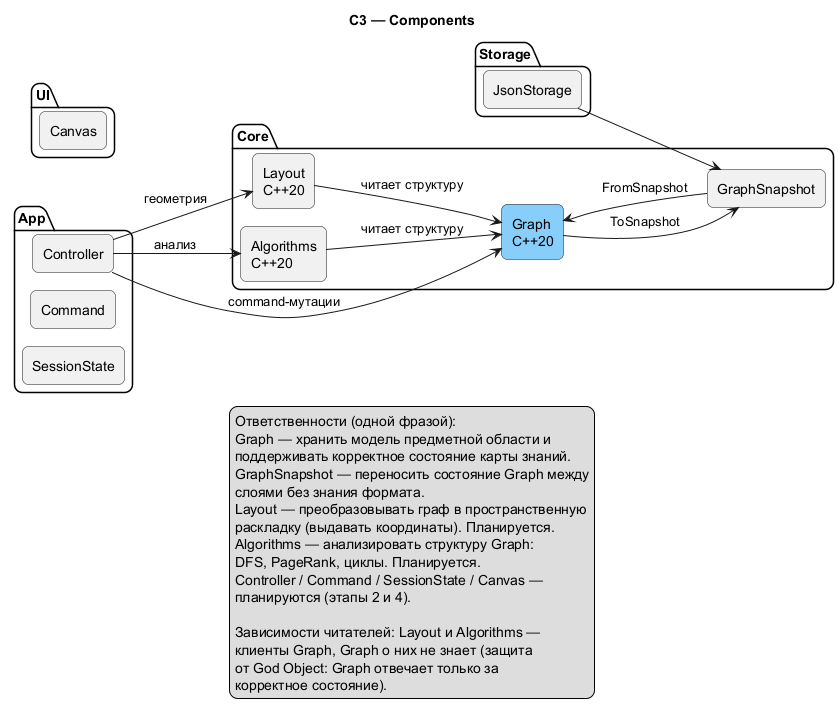
Earlier version of the PlantUML export docs/assets/c4/C3.png (Anastas2817/ravel-kb).
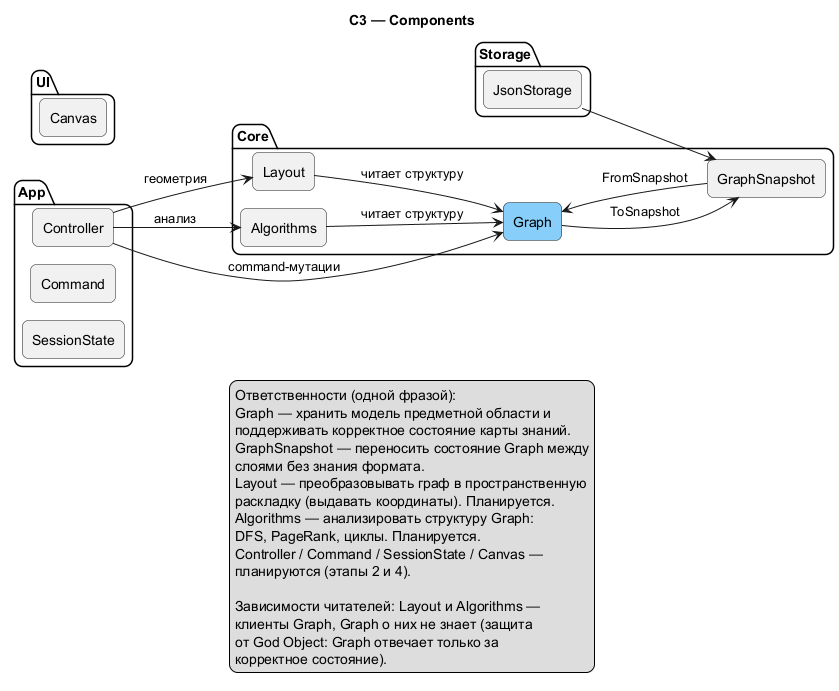
The same diagram one commit later.

What changed in the source:
```diff
@@ -16,10 +16,10 @@
 
 package "Core" {
 
-  rectangle "Graph\nC++20" as Graph #LightSkyBlue
+  rectangle "Graph" as Graph #LightSkyBlue
   rectangle "GraphSnapshot" as Snapshot
-  rectangle "Layout\nC++20" as Layout
-  rectangle "Algorithms\nC++20" as Algo
+  rectangle "Layout" as Layout
+  rectangle "Algorithms" as Algo
 
   Layout --> Graph : читает структуру
   Algo --> Graph : читает структуру
```
